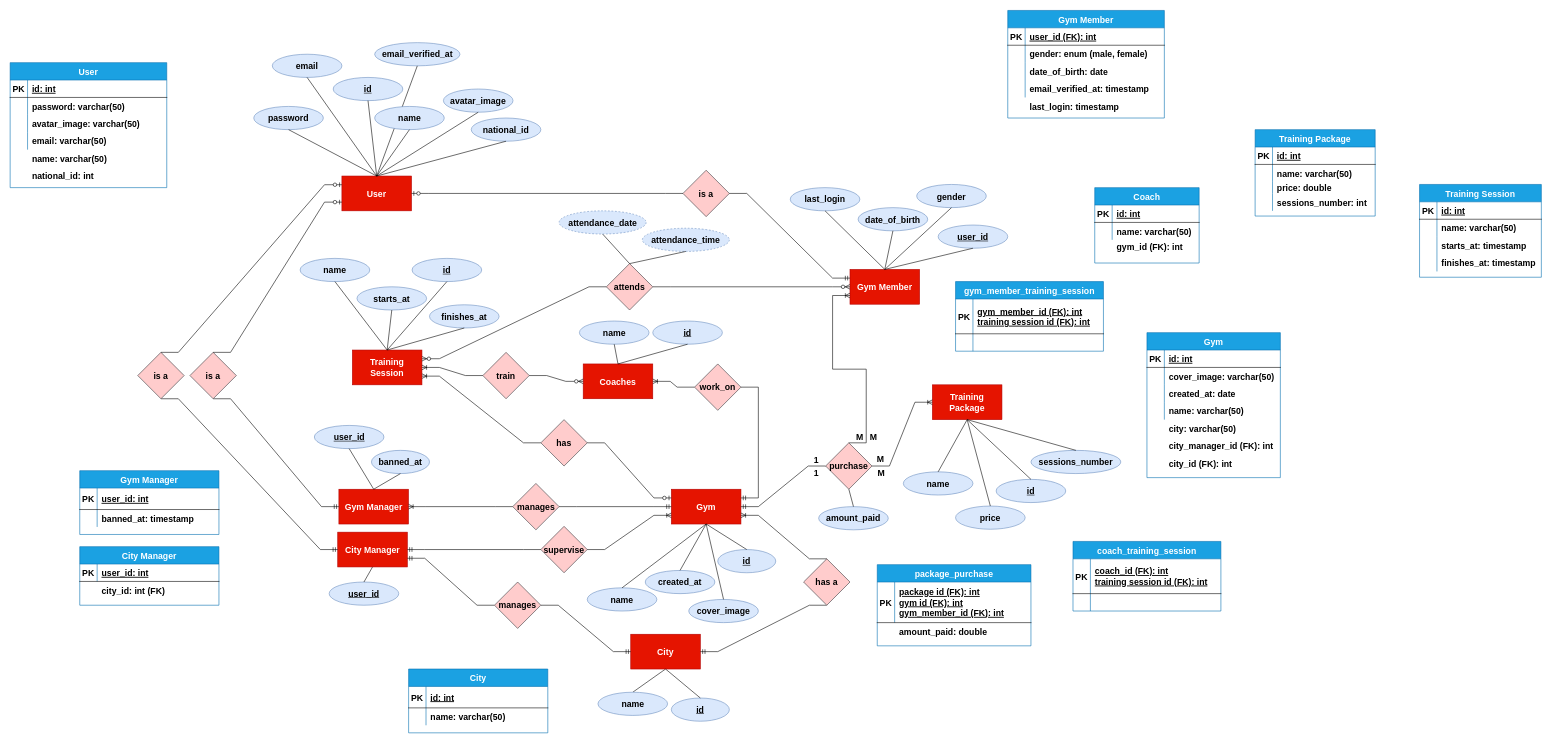
Before: 00.utilities/gym.edited.drawio in ahmedelshopaky/Laravel-Simple-Gym-System, a draw.io diagram. Source tidied: cells renumbered, new cells numbered last; positions are measured from the earlier drawing's top-left corner, leaving out a move shared by most shapes. Both pictures are drawn from the tidied source at 58%, with x=0, y=0 at pixel (10, 10).
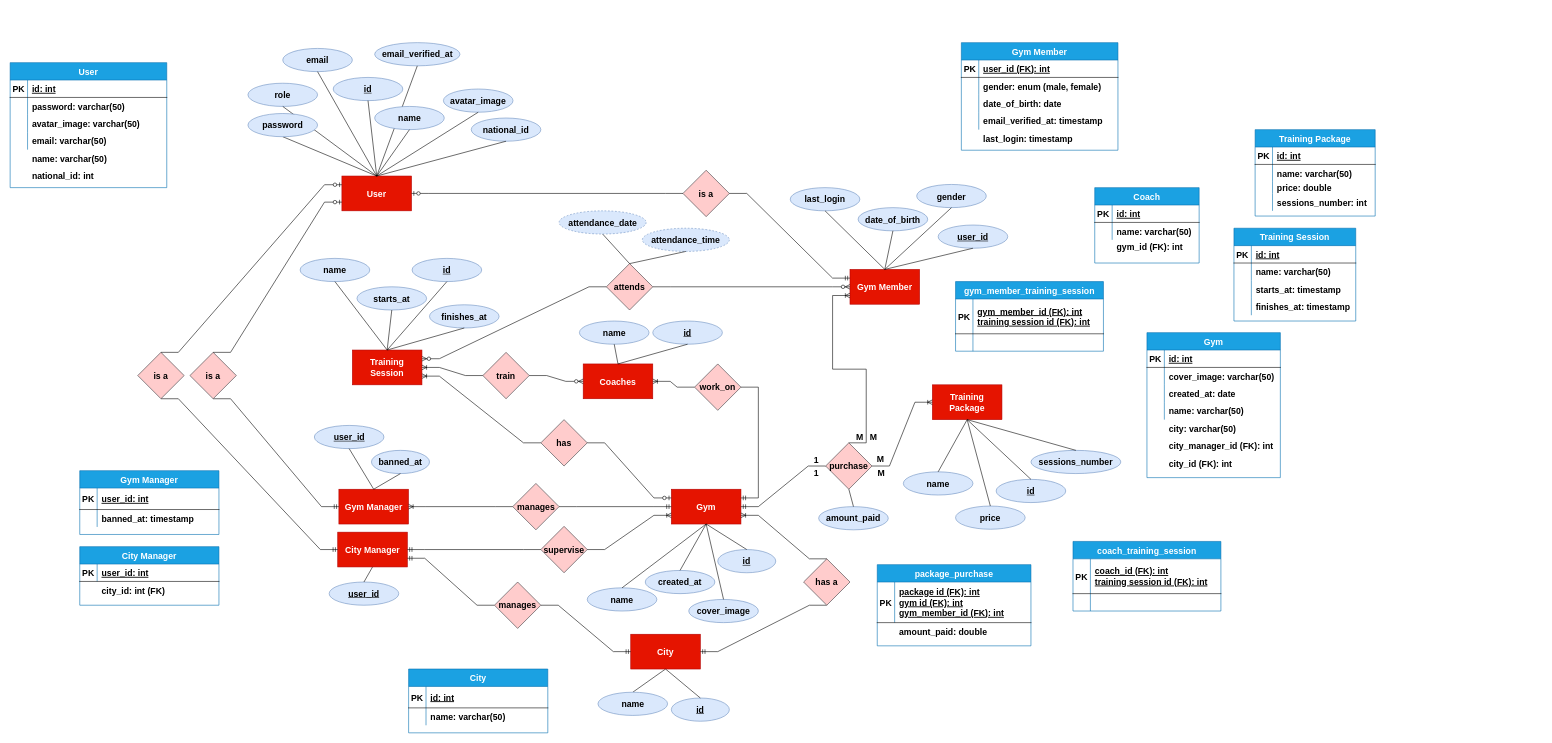
The same diagram, later.

Unchanged cells that the change refers to:
```xml
<mxCell id="188" value="User" style="rounded=0;whiteSpace=wrap;html=1;fillColor=#e51400;strokeColor=#B20000;fontStyle=1;fontSize=15;fontFamily=Helvetica;fontColor=#ffffff;" parent="1" vertex="1">
  <mxGeometry x="572" y="286" width="120" height="60" as="geometry" />
</mxCell>
```

What changed in the source:
```diff
@@
     <mxCell id="105" value="Training Session" style="shape=table;startSize=30;childLayout=tableLayout;rowLines=0;fontStyle=1;align=center;fillColor=#1ba1e2;fontColor=#ffffff;strokeColor=#006EAF;fontSize=15;fontFamily=Helvetica;" parent="1" vertex="1">
-      <mxGeometry x="2430" y="300.5" width="210" height="160" as="geometry" />
+      <mxGeometry x="2110" y="376" width="210" height="160" as="geometry" />
     </mxCell>
@@
     <mxCell id="182" value="email" style="ellipse;whiteSpace=wrap;html=1;fontStyle=1;fontSize=15;fillColor=#dae8fc;strokeColor=#6c8ebf;fontFamily=Helvetica;" parent="1" vertex="1">
-      <mxGeometry x="452" y="76" width="120" height="40" as="geometry" />
+      <mxGeometry x="470" y="66" width="120" height="40" as="geometry" />
     </mxCell>
-    <mxCell id="183" value="password" style="ellipse;whiteSpace=wrap;html=1;fontStyle=1;fontSize=15;fillColor=#dae8fc;strokeColor=#6c8ebf;fontFamily=Helvetica;" parent="1" vertex="1">
-      <mxGeometry x="420" y="166" width="120" height="40" as="geometry" />
-    </mxCell>
@@
     <mxCell id="204" value="Gym Member" style="shape=table;startSize=30;childLayout=tableLayout;rowLines=0;fontStyle=1;align=center;fillColor=#1ba1e2;fontColor=#ffffff;strokeColor=#006EAF;fontSize=15;fontFamily=Helvetica;" parent="1" vertex="1">
-      <mxGeometry x="1720" y="0.5" width="270" height="185.5" as="geometry" />
+      <mxGeometry x="1640" y="56" width="270" height="185.5" as="geometry" />
     </mxCell>
@@
     <mxCell id="217" value="last_login: timestamp" style="shape=partialRectangle;fillColor=none;top=0;left=0;bottom=0;right=0;align=left;spacingLeft=6;overflow=hidden;fontSize=15;fontStyle=1;fontFamily=Helvetica;" parent="1" vertex="1">
-      <mxGeometry x="1750" y="150.5" width="240" height="30" as="geometry" />
+      <mxGeometry x="1670" y="206" width="240" height="30" as="geometry" />
     </mxCell>
@@
+    <mxCell id="237" value="role" style="ellipse;whiteSpace=wrap;html=1;fontStyle=1;fontSize=15;fillColor=#dae8fc;strokeColor=#6c8ebf;fontFamily=Helvetica;" parent="1" vertex="1">
+      <mxGeometry x="410" y="126" width="120" height="40" as="geometry" />
+    </mxCell>
+    <mxCell id="238" style="endArrow=none;html=1;rounded=0;entryX=0.5;entryY=0;entryDx=0;entryDy=0;exitX=0.5;exitY=1;exitDx=0;exitDy=0;" parent="1" edge="1" source="237" target="188">
+      <mxGeometry relative="1" as="geometry" />
+    </mxCell>
+    <mxCell id="183" value="password" style="ellipse;whiteSpace=wrap;html=1;fontStyle=1;fontSize=15;fillColor=#dae8fc;strokeColor=#6c8ebf;fontFamily=Helvetica;" parent="1" vertex="1">
+      <mxGeometry x="410" y="178.2" width="120" height="40" as="geometry" />
+    </mxCell>
```
